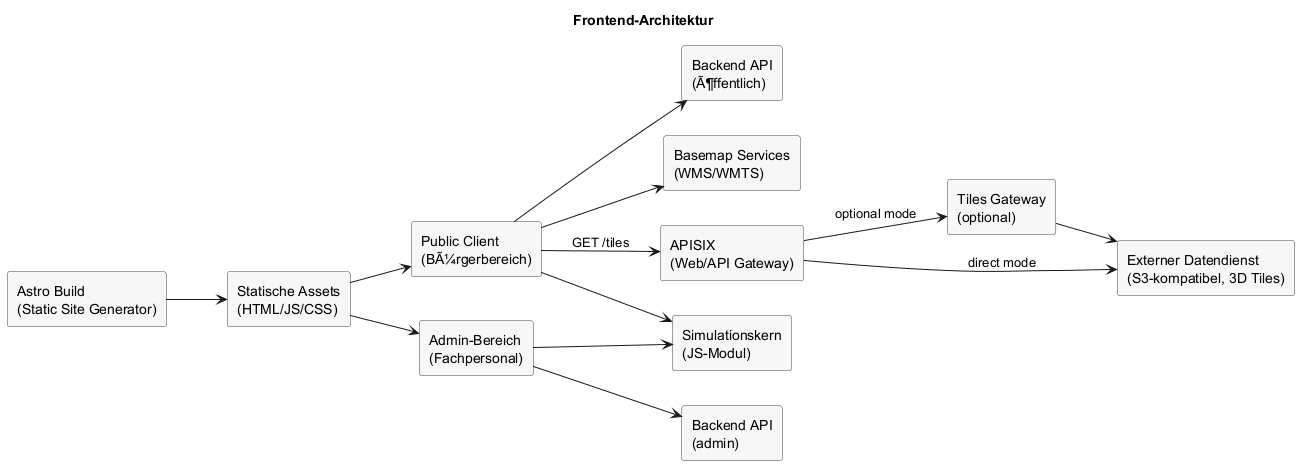
This is docs/architecture/attachments/frontend-architecture.png from csi-FOXBYTE/Regensburg_DigitalerEnergieZwilling_Backend, a PlantUML export, as it was before one commit.
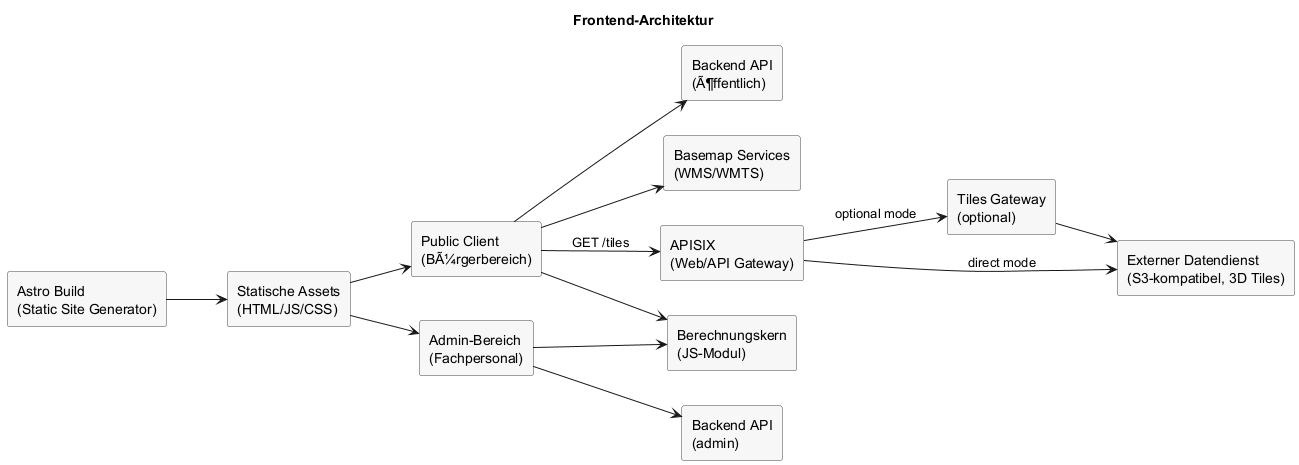
After the change.

Change to the diagram source:
```diff
@@ -12,7 +12,7 @@
 rectangle "APISIX\n(Web/API Gateway)" as apisix
 rectangle "Public Client\n(BÃ¼rgerbereich)" as public_client
 rectangle "Admin-Bereich\n(Fachpersonal)" as admin_client
-rectangle "Simulationskern\n(JS-Modul)" as core
+rectangle "Berechnungskern\n(JS-Modul)" as core
 rectangle "Tiles Gateway\n(optional)" as tiles
 rectangle "Externer Datendienst\n(S3-kompatibel, 3D Tiles)" as s3
 rectangle "Backend API\n(Ã¶ffentlich)" as api_public
```
